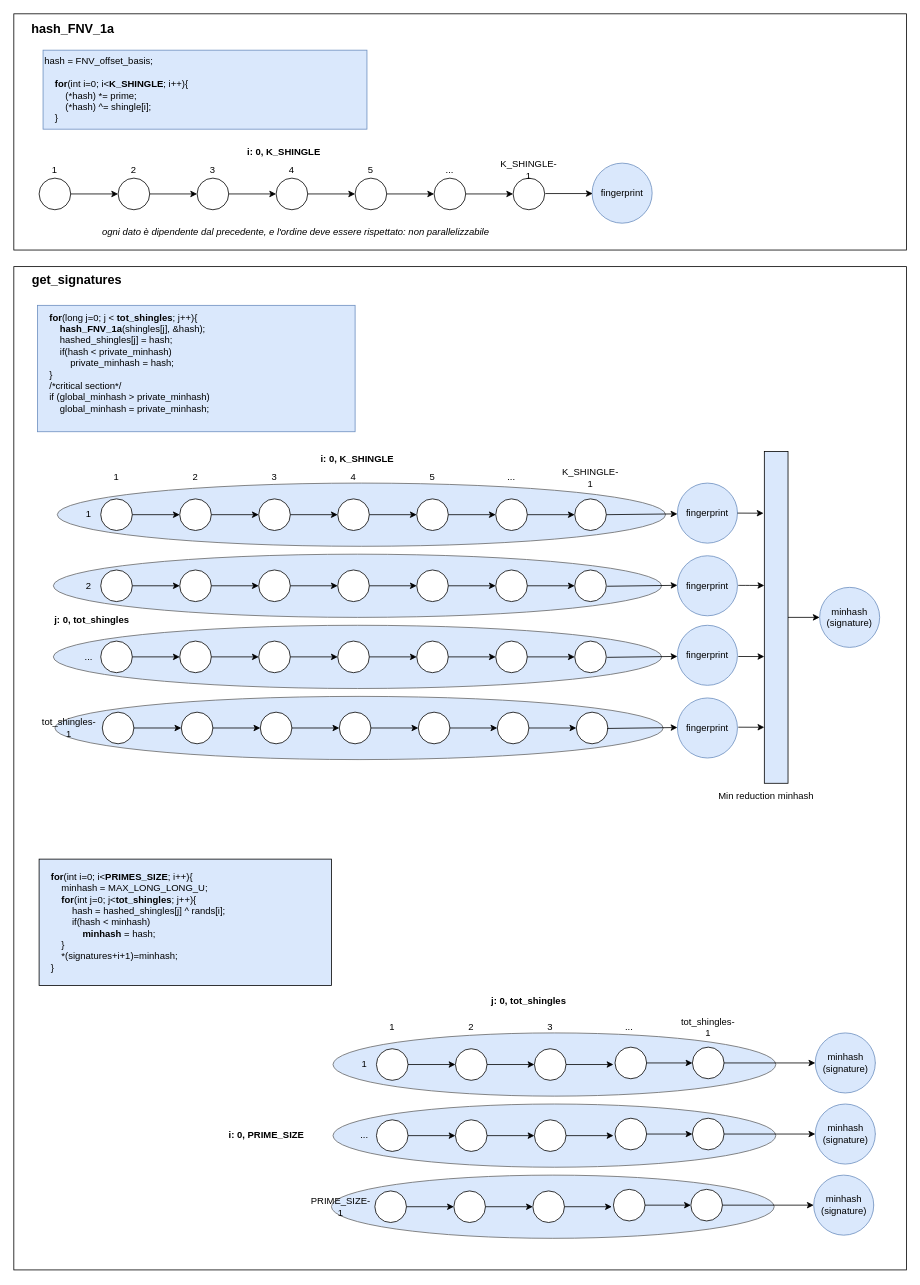
Above: documenti progetto/grafici/get_signatures_data_dependencies.drawio in themrpink/Parallel-Minhash-in-C (draw.io), before the change. Source tidied: cells renumbered, new cells numbered last; positions are measured from the earlier drawing's top-left corner, leaving out a move shared by most shapes. Both pictures are drawn from the tidied source at 79%, with x=0, y=0 at pixel (13, 13).
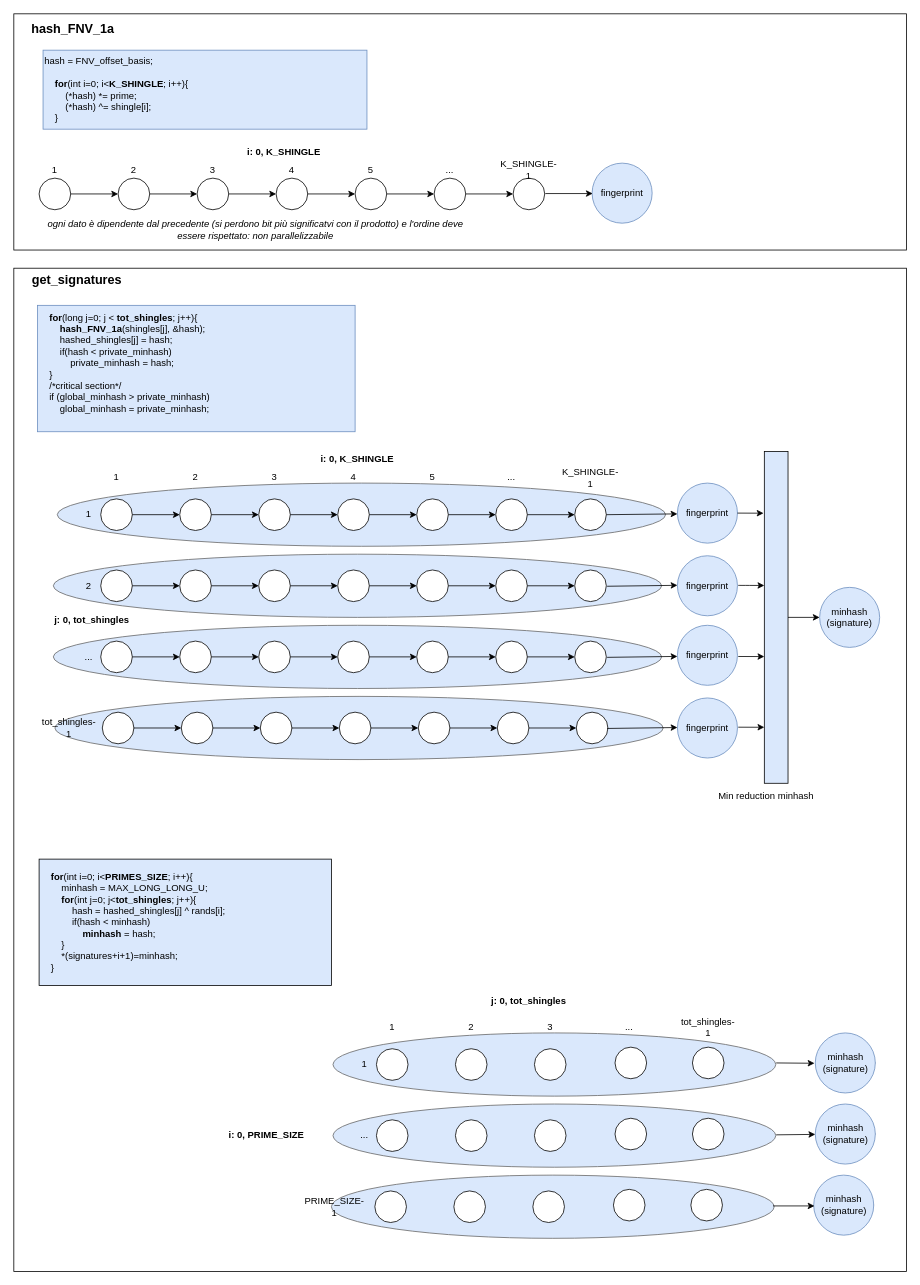
The same page after the edit.

Unchanged cells that the change refers to:
```xml
<mxCell id="126" style="ellipse;whiteSpace=wrap;html=1;" parent="1" vertex="1">
  <mxGeometry x="659" y="1310" width="40" height="40" as="geometry" />
</mxCell>
<mxCell id="127" style="ellipse;whiteSpace=wrap;html=1;" parent="1" vertex="1">
  <mxGeometry x="559" y="1310" width="40" height="40" as="geometry" />
</mxCell>
<mxCell id="128" style="ellipse;whiteSpace=wrap;html=1;" parent="1" vertex="1">
  <mxGeometry x="459" y="1310" width="40" height="40" as="geometry" />
</mxCell>
<mxCell id="132" style="ellipse;whiteSpace=wrap;html=1;" parent="1" vertex="1">
  <mxGeometry x="859" y="1308" width="40" height="40" as="geometry" />
</mxCell>
<mxCell id="133" style="ellipse;whiteSpace=wrap;html=1;" parent="1" vertex="1">
  <mxGeometry x="761" y="1308" width="40" height="40" as="geometry" />
</mxCell>
<mxCell id="137" value="minhash&lt;br&gt;(signature)" style="ellipse;whiteSpace=wrap;html=1;fillColor=#dae8fc;strokeColor=#6c8ebf;" parent="1" vertex="1">
  <mxGeometry x="1014.5" y="1290" width="76" height="76" as="geometry" />
</mxCell>
<mxCell id="141" style="ellipse;whiteSpace=wrap;html=1;" parent="1" vertex="1">
  <mxGeometry x="659" y="1400" width="40" height="40" as="geometry" />
</mxCell>
<mxCell id="142" style="ellipse;whiteSpace=wrap;html=1;" parent="1" vertex="1">
  <mxGeometry x="559" y="1400" width="40" height="40" as="geometry" />
</mxCell>
<mxCell id="143" style="ellipse;whiteSpace=wrap;html=1;" parent="1" vertex="1">
  <mxGeometry x="459" y="1400" width="40" height="40" as="geometry" />
</mxCell>
<mxCell id="147" style="ellipse;whiteSpace=wrap;html=1;" parent="1" vertex="1">
  <mxGeometry x="859" y="1398" width="40" height="40" as="geometry" />
</mxCell>
<mxCell id="148" style="ellipse;whiteSpace=wrap;html=1;" parent="1" vertex="1">
  <mxGeometry x="761" y="1398" width="40" height="40" as="geometry" />
</mxCell>
<mxCell id="151" value="minhash&lt;br&gt;(signature)" style="ellipse;whiteSpace=wrap;html=1;fillColor=#dae8fc;strokeColor=#6c8ebf;" parent="1" vertex="1">
  <mxGeometry x="1014.5" y="1380" width="76" height="76" as="geometry" />
</mxCell>
<mxCell id="155" style="ellipse;whiteSpace=wrap;html=1;" parent="1" vertex="1">
  <mxGeometry x="657" y="1490" width="40" height="40" as="geometry" />
</mxCell>
<mxCell id="156" style="ellipse;whiteSpace=wrap;html=1;" parent="1" vertex="1">
  <mxGeometry x="557" y="1490" width="40" height="40" as="geometry" />
</mxCell>
<mxCell id="157" style="ellipse;whiteSpace=wrap;html=1;" parent="1" vertex="1">
  <mxGeometry x="457" y="1490" width="40" height="40" as="geometry" />
</mxCell>
<mxCell id="161" style="ellipse;whiteSpace=wrap;html=1;" parent="1" vertex="1">
  <mxGeometry x="857" y="1488" width="40" height="40" as="geometry" />
</mxCell>
<mxCell id="162" style="ellipse;whiteSpace=wrap;html=1;" parent="1" vertex="1">
  <mxGeometry x="759" y="1488" width="40" height="40" as="geometry" />
</mxCell>
<mxCell id="165" value="minhash&lt;br&gt;(signature)" style="ellipse;whiteSpace=wrap;html=1;fillColor=#dae8fc;strokeColor=#6c8ebf;" parent="1" vertex="1">
  <mxGeometry x="1012.5" y="1470" width="76" height="76" as="geometry" />
</mxCell>
```

What changed in the source:
```diff
@@
-    <mxCell id="25" value="&lt;i&gt;ogni dato è dipendente dal precedente, e l'ordine deve essere rispettato: non parallelizzabile&lt;/i&gt;" style="text;html=1;strokeColor=none;fillColor=none;align=center;verticalAlign=middle;whiteSpace=wrap;rounded=0;" parent="1" vertex="1">
-      <mxGeometry x="42" y="266" width="630" height="20" as="geometry" />
+    <mxCell id="25" value="&lt;i&gt;ogni dato è dipendente dal precedente (si perdono bit più significatvi con il prodotto) e l'ordine deve essere rispettato: non parallelizzabile&lt;/i&gt;" style="text;html=1;strokeColor=none;fillColor=none;align=center;verticalAlign=middle;whiteSpace=wrap;rounded=0;" parent="1" vertex="1">
+      <mxGeometry x="42" y="266" width="528" height="14" as="geometry" />
     </mxCell>
@@
     <mxCell id="115" style="rounded=0;whiteSpace=wrap;html=1;fillColor=none;align=left;" parent="1" vertex="1">
-      <mxGeometry y="320" width="1130" height="1270" as="geometry" />
+      <mxGeometry y="322" width="1130" height="1270" as="geometry" />
     </mxCell>
@@
-    <mxCell id="129" style="endArrow=classic;html=1;exitX=1;exitY=0.5;exitDx=0;exitDy=0;entryX=0;entryY=0.5;entryDx=0;entryDy=0;" parent="1" edge="1" source="128" target="127">
-      <mxGeometry relative="1" as="geometry" />
-    </mxCell>
-    <mxCell id="130" style="endArrow=classic;html=1;exitX=1;exitY=0.5;exitDx=0;exitDy=0;entryX=0;entryY=0.5;entryDx=0;entryDy=0;" parent="1" edge="1" source="127" target="126">
-      <mxGeometry relative="1" as="geometry" />
-    </mxCell>
-    <mxCell id="131" style="endArrow=classic;html=1;exitX=1;exitY=0.5;exitDx=0;exitDy=0;entryX=0;entryY=0.5;entryDx=0;entryDy=0;" parent="1" edge="1">
-      <mxGeometry relative="1" as="geometry">
-        <mxPoint x="699" y="1330" as="sourcePoint" />
-        <mxPoint x="759" y="1330" as="targetPoint" />
-      </mxGeometry>
-    </mxCell>
@@
-    <mxCell id="134" style="endArrow=classic;html=1;exitX=1;exitY=0.5;exitDx=0;exitDy=0;entryX=0;entryY=0.5;entryDx=0;entryDy=0;" parent="1" edge="1" source="133" target="132">
-      <mxGeometry relative="1" as="geometry" />
-    </mxCell>
@@
-    <mxCell id="138" style="endArrow=classic;html=1;exitX=1;exitY=0.5;exitDx=0;exitDy=0;" parent="1" edge="1" source="132" target="137">
-      <mxGeometry relative="1" as="geometry" />
+    <mxCell id="138" style="endArrow=classic;html=1;" parent="1" edge="1">
+      <mxGeometry relative="1" as="geometry">
+        <mxPoint x="965" y="1328" as="sourcePoint" />
+        <mxPoint x="1013.5" y="1328.4" as="targetPoint" />
+      </mxGeometry>
     </mxCell>
@@
-    <mxCell id="144" style="endArrow=classic;html=1;exitX=1;exitY=0.5;exitDx=0;exitDy=0;entryX=0;entryY=0.5;entryDx=0;entryDy=0;" parent="1" edge="1" source="143" target="142">
-      <mxGeometry relative="1" as="geometry" />
-    </mxCell>
-    <mxCell id="145" style="endArrow=classic;html=1;exitX=1;exitY=0.5;exitDx=0;exitDy=0;entryX=0;entryY=0.5;entryDx=0;entryDy=0;" parent="1" edge="1" source="142" target="141">
-      <mxGeometry relative="1" as="geometry" />
-    </mxCell>
-    <mxCell id="146" style="endArrow=classic;html=1;exitX=1;exitY=0.5;exitDx=0;exitDy=0;entryX=0;entryY=0.5;entryDx=0;entryDy=0;" parent="1" edge="1">
-      <mxGeometry relative="1" as="geometry">
-        <mxPoint x="699" y="1420" as="sourcePoint" />
-        <mxPoint x="759" y="1420" as="targetPoint" />
-      </mxGeometry>
-    </mxCell>
@@
-    <mxCell id="149" style="endArrow=classic;html=1;exitX=1;exitY=0.5;exitDx=0;exitDy=0;entryX=0;entryY=0.5;entryDx=0;entryDy=0;" parent="1" edge="1" source="148" target="147">
-      <mxGeometry relative="1" as="geometry" />
-    </mxCell>
@@
-    <mxCell id="152" style="endArrow=classic;html=1;exitX=1;exitY=0.5;exitDx=0;exitDy=0;" parent="1" edge="1" source="147" target="151">
-      <mxGeometry relative="1" as="geometry" />
+    <mxCell id="152" style="endArrow=classic;html=1;" parent="1" edge="1" target="151">
+      <mxGeometry relative="1" as="geometry">
+        <mxPoint x="965" y="1419" as="sourcePoint" />
+      </mxGeometry>
     </mxCell>
@@
     <mxCell id="154" value="PRIME_SIZE-1" style="text;html=1;strokeColor=none;fillColor=none;align=center;verticalAlign=middle;whiteSpace=wrap;rounded=0;" parent="1" vertex="1">
-      <mxGeometry x="394" y="1500" width="40" height="20" as="geometry" />
+      <mxGeometry x="386" y="1500" width="40" height="20" as="geometry" />
     </mxCell>
@@
-    <mxCell id="158" style="endArrow=classic;html=1;exitX=1;exitY=0.5;exitDx=0;exitDy=0;entryX=0;entryY=0.5;entryDx=0;entryDy=0;" parent="1" edge="1" source="157" target="156">
-      <mxGeometry relative="1" as="geometry" />
-    </mxCell>
-    <mxCell id="159" style="endArrow=classic;html=1;exitX=1;exitY=0.5;exitDx=0;exitDy=0;entryX=0;entryY=0.5;entryDx=0;entryDy=0;" parent="1" edge="1" source="156" target="155">
-      <mxGeometry relative="1" as="geometry" />
-    </mxCell>
-    <mxCell id="160" style="endArrow=classic;html=1;exitX=1;exitY=0.5;exitDx=0;exitDy=0;entryX=0;entryY=0.5;entryDx=0;entryDy=0;" parent="1" edge="1">
-      <mxGeometry relative="1" as="geometry">
-        <mxPoint x="697" y="1510" as="sourcePoint" />
-        <mxPoint x="757" y="1510" as="targetPoint" />
-      </mxGeometry>
-    </mxCell>
@@
-    <mxCell id="163" style="endArrow=classic;html=1;exitX=1;exitY=0.5;exitDx=0;exitDy=0;entryX=0;entryY=0.5;entryDx=0;entryDy=0;" parent="1" edge="1" source="162" target="161">
-      <mxGeometry relative="1" as="geometry" />
-    </mxCell>
@@
-    <mxCell id="166" style="endArrow=classic;html=1;exitX=1;exitY=0.5;exitDx=0;exitDy=0;" parent="1" edge="1" source="161" target="165">
-      <mxGeometry relative="1" as="geometry" />
+    <mxCell id="166" style="endArrow=classic;html=1;" parent="1" edge="1">
+      <mxGeometry relative="1" as="geometry">
+        <mxPoint x="961" y="1509" as="sourcePoint" />
+        <mxPoint x="1013.5" y="1509" as="targetPoint" />
+      </mxGeometry>
     </mxCell>
```
